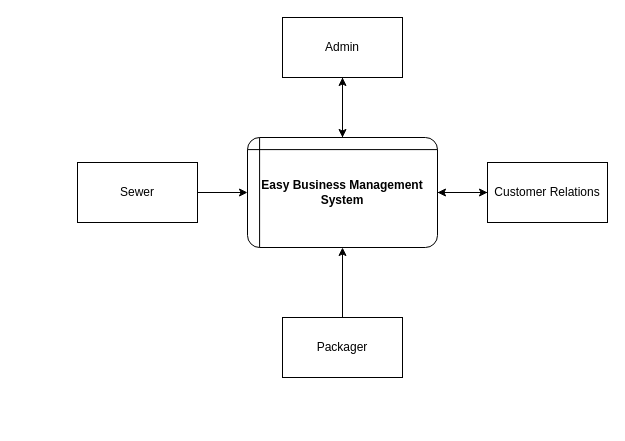
This is page "Level 0 DFD" (1 of 10) of DFD DIAGRAMS.drawio from BryanFabellore/Team_SPOTLIGHT, a draw.io file, before an edit. Source tidied: cells renumbered, new cells numbered last; positions are measured from the earlier drawing's top-left corner, leaving out a move shared by most shapes. Both pictures are drawn from the tidied source at 100%, with x=0, y=0 at pixel (77, 17).
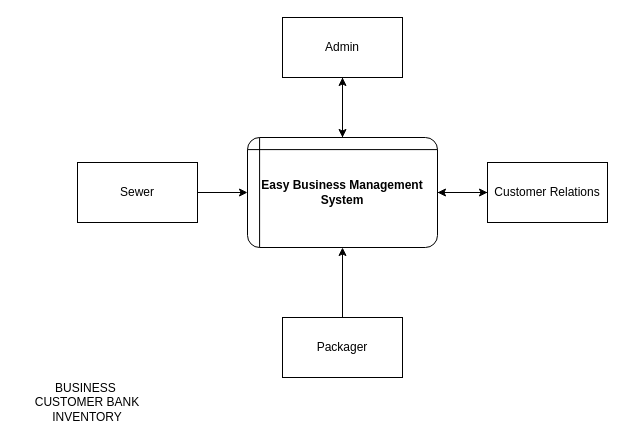
The same page after the edit.

The edit, as a diff of the source:
```diff
@@
 <mxGraphModel>
   <root>
     <mxCell id="0" />
     <mxCell id="1" parent="0" />
     <mxCell id="2" style="edgeStyle=orthogonalEdgeStyle;rounded=1;jettySize=auto;html=1;entryX=0;entryY=0.5;entryDx=0;entryDy=0;fontFamily=Helvetica;fontSize=12;fontColor=default;" parent="1" edge="1" source="4" target="10">
       <mxGeometry relative="1" as="geometry" />
     </mxCell>
     <mxCell id="3" style="edgeStyle=orthogonalEdgeStyle;rounded=1;jettySize=auto;html=1;fontFamily=Helvetica;fontSize=12;fontColor=default;" parent="1" edge="1" source="4" target="6">
       <mxGeometry relative="1" as="geometry" />
     </mxCell>
     <mxCell id="4" value="&lt;b&gt;Easy Business Management System&lt;/b&gt;" style="shape=internalStorage;whiteSpace=wrap;html=1;backgroundOutline=1;rounded=1;dx=10;dy=10;arcSize=11;" parent="1" vertex="1">
       <mxGeometry x="170" y="120" width="190" height="110" as="geometry" />
     </mxCell>
     <mxCell id="5" style="edgeStyle=orthogonalEdgeStyle;rounded=1;jettySize=auto;html=1;fontFamily=Helvetica;fontSize=12;fontColor=default;" parent="1" edge="1" source="6" target="4">
       <mxGeometry relative="1" as="geometry" />
     </mxCell>
     <mxCell id="6" value="Admin" style="rounded=0;whiteSpace=wrap;html=1;strokeColor=default;fontFamily=Helvetica;fontSize=12;fontColor=default;fillColor=#FFFFFF;" parent="1" vertex="1">
       <mxGeometry x="205" width="120" height="60" as="geometry" />
     </mxCell>
     <mxCell id="7" style="edgeStyle=orthogonalEdgeStyle;rounded=1;jettySize=auto;html=1;entryX=0;entryY=0.5;entryDx=0;entryDy=0;fontFamily=Helvetica;fontSize=12;fontColor=default;" parent="1" edge="1" source="8" target="4">
       <mxGeometry relative="1" as="geometry" />
     </mxCell>
     <mxCell id="8" value="Sewer" style="rounded=0;whiteSpace=wrap;html=1;strokeColor=default;fontFamily=Helvetica;fontSize=12;fontColor=default;fillColor=#FFFFFF;" parent="1" vertex="1">
       <mxGeometry y="145" width="120" height="60" as="geometry" />
     </mxCell>
     <mxCell id="9" style="edgeStyle=orthogonalEdgeStyle;rounded=1;jettySize=auto;html=1;entryX=1;entryY=0.5;entryDx=0;entryDy=0;fontFamily=Helvetica;fontSize=12;fontColor=default;" parent="1" edge="1" source="10" target="4">
       <mxGeometry relative="1" as="geometry" />
     </mxCell>
     <mxCell id="10" value="Customer Relations" style="rounded=0;whiteSpace=wrap;html=1;strokeColor=default;fontFamily=Helvetica;fontSize=12;fontColor=default;fillColor=#FFFFFF;" parent="1" vertex="1">
       <mxGeometry x="410" y="145" width="120" height="60" as="geometry" />
     </mxCell>
     <mxCell id="11" style="edgeStyle=orthogonalEdgeStyle;rounded=1;jettySize=auto;html=1;entryX=0.5;entryY=1;entryDx=0;entryDy=0;fontFamily=Helvetica;fontSize=12;fontColor=default;" parent="1" edge="1" source="12" target="4">
       <mxGeometry relative="1" as="geometry" />
     </mxCell>
     <mxCell id="12" value="Packager" style="rounded=0;whiteSpace=wrap;html=1;strokeColor=default;fontFamily=Helvetica;fontSize=12;fontColor=default;fillColor=#FFFFFF;" parent="1" vertex="1">
       <mxGeometry x="205" y="300" width="120" height="60" as="geometry" />
     </mxCell>
+    <mxCell id="13" value="BUSINESS&amp;nbsp;&lt;br&gt;CUSTOMER BANK&lt;br&gt;INVENTORY" style="text;html=1;strokeColor=none;fillColor=none;align=center;verticalAlign=middle;whiteSpace=wrap;rounded=0;" parent="1" vertex="1">
+      <mxGeometry x="-60" y="370" width="140" height="30" as="geometry" />
+    </mxCell>
   </root>
 </mxGraphModel>
```
